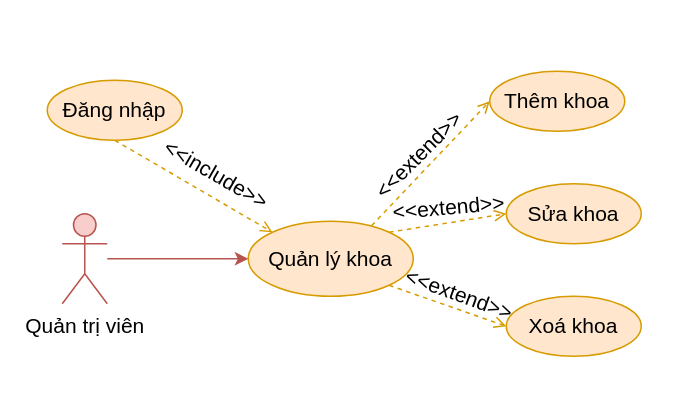
copecute/do-an-tot-nghiep keeps this draw.io diagram as Documents/draw/usecase/phan-ra/quan-ly-khoa.drawio. Above is the earlier version. Source tidied: cells renumbered, new cells numbered last; positions are measured from the earlier drawing's top-left corner, leaving out a move shared by most shapes. Both pictures are drawn from the tidied source at 150%, with x=0, y=0 at pixel (46, 70).
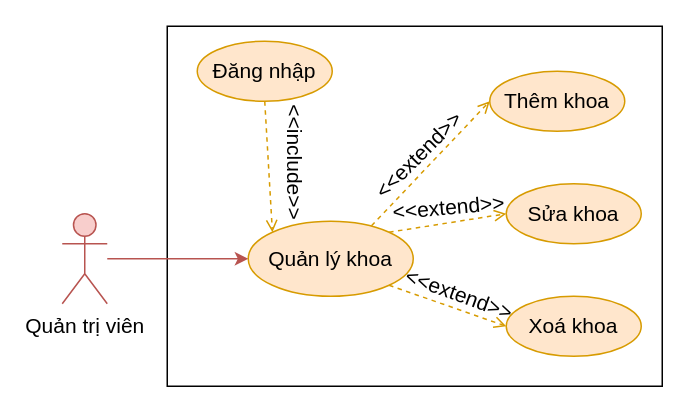
After the change.

The edit, as a diff of the source:
```diff
@@
 <mxGraphModel>
   <root>
     <mxCell id="0" />
     <mxCell id="1" parent="0" />
+    <mxCell id="17" style="rounded=0;whiteSpace=wrap;html=1;" parent="1" vertex="1">
+      <mxGeometry x="80" y="-30" width="330" height="240" as="geometry" />
+    </mxCell>
     <mxCell id="2" value="Quản lý khoa" style="ellipse;whiteSpace=wrap;html=1;fillColor=#ffe6cc;strokeColor=#d79b00;fontSize=14;" parent="1" vertex="1">
       <mxGeometry x="134" y="100" width="110" height="50" as="geometry" />
     </mxCell>
     <mxCell id="3" style="rounded=0;jettySize=auto;html=1;entryX=0;entryY=0.5;entryDx=0;entryDy=0;fillColor=#ffe6cc;strokeColor=#d79b00;exitX=0.747;exitY=0.061;exitDx=0;exitDy=0;exitPerimeter=0;dashed=1;fontSize=14;endArrow=open;endFill=0;" parent="1" edge="1" source="2" target="6">
       <mxGeometry relative="1" as="geometry" />
     </mxCell>
     <mxCell id="4" style="rounded=0;jettySize=auto;html=1;entryX=0;entryY=0.5;entryDx=0;entryDy=0;fillColor=#ffe6cc;strokeColor=#d79b00;exitX=1;exitY=0;exitDx=0;exitDy=0;dashed=1;fontSize=14;endArrow=open;endFill=0;" parent="1" edge="1" source="2" target="7">
       <mxGeometry relative="1" as="geometry" />
     </mxCell>
     <mxCell id="5" style="rounded=0;jettySize=auto;html=1;exitX=1;exitY=1;exitDx=0;exitDy=0;entryX=0;entryY=0.5;entryDx=0;entryDy=0;fillColor=#ffe6cc;strokeColor=#d79b00;dashed=1;fontSize=14;endArrow=open;endFill=0;" parent="1" edge="1" source="2" target="8">
       <mxGeometry relative="1" as="geometry" />
     </mxCell>
     <mxCell id="6" value="Thêm khoa" style="ellipse;whiteSpace=wrap;html=1;fillColor=#ffe6cc;strokeColor=#d79b00;fontSize=14;" parent="1" vertex="1">
       <mxGeometry x="295" width="90" height="40" as="geometry" />
     </mxCell>
     <mxCell id="7" value="Sửa khoa" style="ellipse;whiteSpace=wrap;html=1;fillColor=#ffe6cc;strokeColor=#d79b00;fontSize=14;" parent="1" vertex="1">
       <mxGeometry x="306" y="75" width="90" height="40" as="geometry" />
     </mxCell>
     <mxCell id="8" value="Xoá khoa" style="ellipse;whiteSpace=wrap;html=1;fillColor=#ffe6cc;strokeColor=#d79b00;fontSize=14;" parent="1" vertex="1">
       <mxGeometry x="306" y="150" width="90" height="40" as="geometry" />
     </mxCell>
     <mxCell id="9" value="&lt;font style=&quot;font-size: 14px;&quot;&gt;&amp;lt;&amp;lt;extend&amp;gt;&amp;gt;&lt;/font&gt;" style="text;html=1;strokeColor=none;fillColor=none;align=center;verticalAlign=middle;whiteSpace=wrap;rounded=0;rotation=-45;fontSize=14;" parent="1" vertex="1">
       <mxGeometry x="218" y="41" width="60" height="30" as="geometry" />
     </mxCell>
     <mxCell id="10" value="&lt;font style=&quot;font-size: 14px;&quot;&gt;&amp;lt;&amp;lt;extend&amp;gt;&amp;gt;&lt;/font&gt;" style="text;html=1;strokeColor=none;fillColor=none;align=center;verticalAlign=middle;whiteSpace=wrap;rounded=0;rotation=-5;fontSize=14;" parent="1" vertex="1">
       <mxGeometry x="238" y="76" width="60" height="30" as="geometry" />
     </mxCell>
     <mxCell id="11" value="&lt;font style=&quot;font-size: 14px;&quot;&gt;&amp;lt;&amp;lt;extend&amp;gt;&amp;gt;&lt;/font&gt;" style="text;html=1;strokeColor=none;fillColor=none;align=center;verticalAlign=middle;whiteSpace=wrap;rounded=0;rotation=20;fontSize=14;" parent="1" vertex="1">
       <mxGeometry x="245" y="134" width="60" height="30" as="geometry" />
     </mxCell>
     <mxCell id="12" style="rounded=0;jettySize=auto;html=1;entryX=0;entryY=0.5;entryDx=0;entryDy=0;fillColor=#f8cecc;strokeColor=#b85450;fontSize=14;" parent="1" edge="1" source="13">
       <mxGeometry relative="1" as="geometry">
         <mxPoint x="134" y="125" as="targetPoint" />
       </mxGeometry>
     </mxCell>
     <mxCell id="13" value="Quản trị viên" style="shape=umlActor;verticalLabelPosition=bottom;verticalAlign=top;html=1;outlineConnect=0;fillColor=#f8cecc;strokeColor=#b85450;fontSize=14;" parent="1" vertex="1">
       <mxGeometry x="10" y="95" width="30" height="60" as="geometry" />
     </mxCell>
     <mxCell id="14" style="rounded=0;jettySize=auto;html=1;entryX=0;entryY=0;entryDx=0;entryDy=0;fillColor=#ffe6cc;strokeColor=#d79b00;endArrow=open;endFill=0;dashed=1;exitX=0.5;exitY=1;exitDx=0;exitDy=0;" parent="1" edge="1" source="15" target="2">
       <mxGeometry relative="1" as="geometry" />
     </mxCell>
     <mxCell id="15" value="Đăng nhập" style="ellipse;whiteSpace=wrap;html=1;fillColor=#ffe6cc;strokeColor=#d79b00;fontSize=14;" parent="1" vertex="1">
-      <mxGeometry y="6" width="90" height="40" as="geometry" />
+      <mxGeometry x="100" y="-20" width="90" height="40" as="geometry" />
     </mxCell>
-    <mxCell id="16" value="&lt;font&gt;&amp;lt;&amp;lt;include&amp;gt;&amp;gt;&lt;/font&gt;" style="text;html=1;strokeColor=none;fillColor=none;align=center;verticalAlign=middle;whiteSpace=wrap;rounded=0;rotation=30;fontSize=14;" parent="1" vertex="1">
-      <mxGeometry x="83" y="54" width="60" height="30" as="geometry" />
+    <mxCell id="16" value="&lt;font&gt;&amp;lt;&amp;lt;include&amp;gt;&amp;gt;&lt;/font&gt;" style="text;html=1;strokeColor=none;fillColor=none;align=center;verticalAlign=middle;whiteSpace=wrap;rounded=0;rotation=90;fontSize=14;" parent="1" vertex="1">
+      <mxGeometry x="135" y="46" width="60" height="30" as="geometry" />
     </mxCell>
   </root>
 </mxGraphModel>
```
